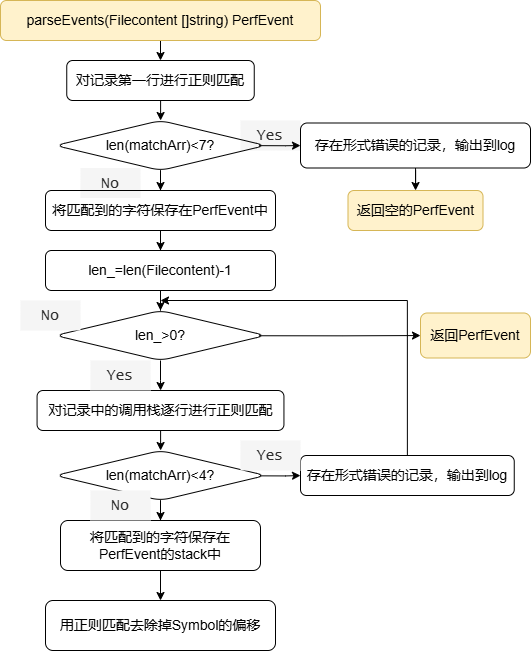
Above: parseEvent.drawio.png in Dong-J93/os_pic2024 (draw.io), before the change. Source tidied: cells renumbered, new cells last; positions are measured from the earlier drawing's top-left corner, leaving out a move shared by most shapes. Source of this version:
```xml
<mxGraphModel>
  <root>
    <mxCell id="0" />
    <mxCell id="1" parent="0" />
    <mxCell id="2" style="edgeStyle=orthogonalEdgeStyle;rounded=0;jettySize=auto;html=1;" parent="1" edge="1" source="3" target="10">
      <mxGeometry relative="1" as="geometry" />
    </mxCell>
    <mxCell id="3" value="&lt;div style=&quot;line-height: 27px; white-space: pre;&quot;&gt;&lt;font face=&quot;Helvetica&quot; style=&quot;font-size: 14px;&quot;&gt;parseEvents(Filecontent []string) PerfEvent&lt;/font&gt;&lt;/div&gt;" style="rounded=1;whiteSpace=wrap;html=1;fillColor=#fff2cc;strokeColor=#d6b656;" parent="1" vertex="1">
      <mxGeometry width="320" height="40" as="geometry" />
    </mxCell>
    <mxCell id="4" value="&lt;font face=&quot;Lucida Console&quot; color=&quot;#2e2e2e&quot;&gt;&lt;span style=&quot;font-size: 15px;&quot;&gt;Yes&lt;/span&gt;&lt;/font&gt;" style="text;html=1;align=center;verticalAlign=middle;whiteSpace=wrap;rounded=0;fontColor=#333333;fillColor=#f5f5f5;strokeColor=none;" parent="1" vertex="1">
      <mxGeometry x="240" y="120" width="60" height="30" as="geometry" />
    </mxCell>
    <mxCell id="5" value="&lt;font face=&quot;Lucida Console&quot; color=&quot;#2e2e2e&quot;&gt;&lt;span style=&quot;font-size: 15px;&quot;&gt;No&lt;/span&gt;&lt;/font&gt;" style="text;html=1;align=center;verticalAlign=middle;whiteSpace=wrap;rounded=0;fontColor=#333333;fillColor=#f5f5f5;strokeColor=none;" parent="1" vertex="1">
      <mxGeometry x="80" y="167.5" width="60" height="30" as="geometry" />
    </mxCell>
    <mxCell id="6" style="edgeStyle=orthogonalEdgeStyle;rounded=0;jettySize=auto;html=1;exitX=0.97;exitY=0.503;exitDx=0;exitDy=0;exitPerimeter=0;" parent="1" edge="1" source="8" target="12">
      <mxGeometry relative="1" as="geometry" />
    </mxCell>
    <mxCell id="7" style="edgeStyle=orthogonalEdgeStyle;rounded=0;jettySize=auto;html=1;" parent="1" edge="1" source="8" target="15">
      <mxGeometry relative="1" as="geometry" />
    </mxCell>
    <mxCell id="8" value="&lt;font style=&quot;font-size: 14px;&quot;&gt;len(matchArr)&amp;lt;7?&lt;/font&gt;" style="rhombus;whiteSpace=wrap;html=1;fillColor=none;rounded=1;" parent="1" vertex="1">
      <mxGeometry x="55" y="120" width="210" height="50" as="geometry" />
    </mxCell>
    <mxCell id="9" style="edgeStyle=orthogonalEdgeStyle;rounded=0;jettySize=auto;html=1;entryX=0.5;entryY=0;entryDx=0;entryDy=0;" parent="1" edge="1" source="10">
      <mxGeometry relative="1" as="geometry">
        <mxPoint x="160" y="120" as="targetPoint" />
      </mxGeometry>
    </mxCell>
    <mxCell id="10" value="&lt;span style=&quot;font-size: 14px;&quot;&gt;对记录第一行进行正则匹配&lt;/span&gt;" style="rounded=1;whiteSpace=wrap;html=1;fillColor=none;" parent="1" vertex="1">
      <mxGeometry x="66.2" y="60" width="187.5" height="40" as="geometry" />
    </mxCell>
    <mxCell id="11" style="edgeStyle=orthogonalEdgeStyle;rounded=0;jettySize=auto;html=1;" parent="1" edge="1" source="12" target="13">
      <mxGeometry relative="1" as="geometry" />
    </mxCell>
    <mxCell id="12" value="&lt;pre&gt;&lt;font face=&quot;Helvetica&quot; style=&quot;font-size: 14px;&quot;&gt;存在形式错误的记录，输出到log&lt;/font&gt;&lt;/pre&gt;" style="rounded=1;whiteSpace=wrap;html=1;" parent="1" vertex="1">
      <mxGeometry x="300" y="122.5" width="230" height="45" as="geometry" />
    </mxCell>
    <mxCell id="13" value="&lt;pre&gt;&lt;font face=&quot;Helvetica&quot; style=&quot;font-size: 14px;&quot;&gt;返回空的PerfEvent&lt;/font&gt;&lt;/pre&gt;" style="rounded=1;whiteSpace=wrap;html=1;fillColor=#fff2cc;strokeColor=#d6b656;" parent="1" vertex="1">
      <mxGeometry x="347.5" y="190" width="135" height="40" as="geometry" />
    </mxCell>
    <mxCell id="14" style="edgeStyle=orthogonalEdgeStyle;rounded=0;jettySize=auto;html=1;" parent="1" edge="1" source="15" target="27">
      <mxGeometry relative="1" as="geometry" />
    </mxCell>
    <mxCell id="15" value="&lt;font style=&quot;font-size: 14px;&quot;&gt;将匹配到的字符保存在PerfEvent中&lt;/font&gt;" style="whiteSpace=wrap;html=1;fillColor=none;rounded=1;" parent="1" vertex="1">
      <mxGeometry x="45" y="190" width="230" height="40" as="geometry" />
    </mxCell>
    <mxCell id="16" style="edgeStyle=orthogonalEdgeStyle;rounded=0;jettySize=auto;html=1;exitX=0.975;exitY=0.507;exitDx=0;exitDy=0;exitPerimeter=0;" parent="1" edge="1" source="18" target="20">
      <mxGeometry relative="1" as="geometry" />
    </mxCell>
    <mxCell id="17" style="edgeStyle=orthogonalEdgeStyle;rounded=0;jettySize=auto;html=1;" parent="1" edge="1" source="18" target="30">
      <mxGeometry relative="1" as="geometry" />
    </mxCell>
    <mxCell id="18" value="&lt;font style=&quot;font-size: 14px;&quot;&gt;len(matchArr)&amp;lt;4?&lt;/font&gt;" style="rhombus;whiteSpace=wrap;html=1;fillColor=none;rounded=1;" parent="1" vertex="1">
      <mxGeometry x="55" y="450" width="210" height="50" as="geometry" />
    </mxCell>
    <mxCell id="19" style="edgeStyle=orthogonalEdgeStyle;rounded=0;jettySize=auto;html=1;exitX=0.5;exitY=0;exitDx=0;exitDy=0;curved=0;" parent="1" edge="1" source="20">
      <mxGeometry relative="1" as="geometry">
        <mxPoint x="160" y="300" as="targetPoint" />
        <Array as="points">
          <mxPoint x="407" y="300" />
        </Array>
      </mxGeometry>
    </mxCell>
    <mxCell id="20" value="&lt;pre&gt;&lt;font style=&quot;font-size: 14px;&quot; face=&quot;Helvetica&quot;&gt;存在形式错误的记录，输出到log&lt;/font&gt;&lt;/pre&gt;" style="rounded=1;whiteSpace=wrap;html=1;fillColor=none;" parent="1" vertex="1">
      <mxGeometry x="300" y="455" width="213.8" height="40" as="geometry" />
    </mxCell>
    <mxCell id="21" style="edgeStyle=orthogonalEdgeStyle;rounded=0;jettySize=auto;html=1;" parent="1" edge="1" source="22" target="18">
      <mxGeometry relative="1" as="geometry" />
    </mxCell>
    <mxCell id="22" value="&lt;span style=&quot;font-size: 14px;&quot;&gt;对记录中的调用栈逐行进行正则匹配&lt;/span&gt;" style="rounded=1;whiteSpace=wrap;html=1;fillColor=none;" parent="1" vertex="1">
      <mxGeometry x="36.6" y="390" width="246.9" height="40" as="geometry" />
    </mxCell>
    <mxCell id="23" style="edgeStyle=orthogonalEdgeStyle;rounded=0;jettySize=auto;html=1;" parent="1" edge="1" source="25" target="22">
      <mxGeometry relative="1" as="geometry" />
    </mxCell>
    <mxCell id="24" style="edgeStyle=orthogonalEdgeStyle;rounded=0;jettySize=auto;html=1;exitX=0.969;exitY=0.505;exitDx=0;exitDy=0;exitPerimeter=0;" parent="1" edge="1" source="25" target="32">
      <mxGeometry relative="1" as="geometry" />
    </mxCell>
    <mxCell id="25" value="&lt;font style=&quot;font-size: 14px;&quot;&gt;len_&amp;gt;0?&lt;/font&gt;" style="rhombus;whiteSpace=wrap;html=1;fillColor=none;rounded=1;" parent="1" vertex="1">
      <mxGeometry x="55" y="310" width="210" height="50" as="geometry" />
    </mxCell>
    <mxCell id="26" style="edgeStyle=orthogonalEdgeStyle;rounded=0;jettySize=auto;html=1;" parent="1" edge="1" source="27" target="25">
      <mxGeometry relative="1" as="geometry" />
    </mxCell>
    <mxCell id="27" value="&lt;span style=&quot;font-size: 14px;&quot;&gt;len_=len(Filecontent)-1&lt;/span&gt;" style="whiteSpace=wrap;html=1;fillColor=none;rounded=1;" parent="1" vertex="1">
      <mxGeometry x="45" y="250" width="230" height="40" as="geometry" />
    </mxCell>
    <mxCell id="28" value="&lt;font face=&quot;Lucida Console&quot; color=&quot;#2e2e2e&quot;&gt;&lt;span style=&quot;font-size: 15px;&quot;&gt;Yes&lt;/span&gt;&lt;/font&gt;" style="text;html=1;align=center;verticalAlign=middle;whiteSpace=wrap;rounded=0;fontColor=#333333;fillColor=#f5f5f5;strokeColor=none;" parent="1" vertex="1">
      <mxGeometry x="90" y="360" width="60" height="30" as="geometry" />
    </mxCell>
    <mxCell id="29" style="edgeStyle=orthogonalEdgeStyle;rounded=0;jettySize=auto;html=1;" parent="1" edge="1" source="30" target="31">
      <mxGeometry relative="1" as="geometry" />
    </mxCell>
    <mxCell id="30" value="&lt;span style=&quot;font-size: 14px;&quot;&gt;将匹配到的字符保存在PerfEvent的stack中&lt;/span&gt;" style="whiteSpace=wrap;html=1;fillColor=none;rounded=1;" parent="1" vertex="1">
      <mxGeometry x="60" y="520" width="200" height="50" as="geometry" />
    </mxCell>
    <mxCell id="31" value="&lt;span style=&quot;font-size: 14px;&quot;&gt;用正则匹配去除掉Symbol的偏移&lt;/span&gt;" style="whiteSpace=wrap;html=1;fillColor=none;rounded=1;" parent="1" vertex="1">
      <mxGeometry x="45" y="600" width="230" height="50" as="geometry" />
    </mxCell>
    <mxCell id="32" value="&lt;font style=&quot;font-size: 14px;&quot;&gt;返回PerfEvent&lt;/font&gt;" style="whiteSpace=wrap;html=1;fillColor=#fff2cc;rounded=1;strokeColor=#d6b656;" parent="1" vertex="1">
      <mxGeometry x="420" y="312.5" width="110" height="45" as="geometry" />
    </mxCell>
    <mxCell id="33" value="&lt;font face=&quot;Lucida Console&quot; color=&quot;#2e2e2e&quot;&gt;&lt;span style=&quot;font-size: 15px;&quot;&gt;No&lt;/span&gt;&lt;/font&gt;" style="text;html=1;align=center;verticalAlign=middle;whiteSpace=wrap;rounded=0;fontColor=#333333;fillColor=#f5f5f5;strokeColor=none;" parent="1" vertex="1">
      <mxGeometry x="20" y="300" width="60" height="30" as="geometry" />
    </mxCell>
    <mxCell id="34" value="&lt;font face=&quot;Lucida Console&quot; color=&quot;#2e2e2e&quot;&gt;&lt;span style=&quot;font-size: 15px;&quot;&gt;No&lt;/span&gt;&lt;/font&gt;" style="text;html=1;align=center;verticalAlign=middle;whiteSpace=wrap;rounded=0;fontColor=#333333;fillColor=#f5f5f5;strokeColor=none;" parent="1" vertex="1">
      <mxGeometry x="90" y="490" width="60" height="30" as="geometry" />
    </mxCell>
    <mxCell id="35" value="&lt;font face=&quot;Lucida Console&quot; color=&quot;#2e2e2e&quot;&gt;&lt;span style=&quot;font-size: 15px;&quot;&gt;Yes&lt;/span&gt;&lt;/font&gt;" style="text;html=1;align=center;verticalAlign=middle;whiteSpace=wrap;rounded=0;fontColor=#333333;fillColor=#f5f5f5;strokeColor=none;" parent="1" vertex="1">
      <mxGeometry x="240" y="440" width="60" height="30" as="geometry" />
    </mxCell>
  </root>
</mxGraphModel>
```
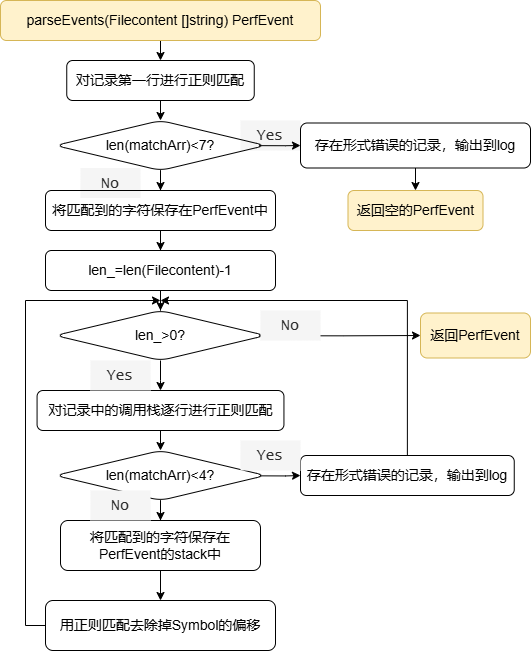
Later version of the same file.

What changed in the source:
```diff
@@ -96,6 +96,15 @@
     <mxCell id="30" value="&lt;span style=&quot;font-size: 14px;&quot;&gt;将匹配到的字符保存在PerfEvent的stack中&lt;/span&gt;" style="whiteSpace=wrap;html=1;fillColor=none;rounded=1;" parent="1" vertex="1">
       <mxGeometry x="60" y="520" width="200" height="50" as="geometry" />
     </mxCell>
+    <mxCell id="36" style="edgeStyle=orthogonalEdgeStyle;rounded=0;jettySize=auto;html=1;exitX=0;exitY=0.5;exitDx=0;exitDy=0;" parent="1" edge="1" source="31">
+      <mxGeometry relative="1" as="geometry">
+        <mxPoint x="160" y="300" as="targetPoint" />
+        <Array as="points">
+          <mxPoint x="25" y="625" />
+          <mxPoint x="25" y="300" />
+        </Array>
+      </mxGeometry>
+    </mxCell>
     <mxCell id="31" value="&lt;span style=&quot;font-size: 14px;&quot;&gt;用正则匹配去除掉Symbol的偏移&lt;/span&gt;" style="whiteSpace=wrap;html=1;fillColor=none;rounded=1;" parent="1" vertex="1">
       <mxGeometry x="45" y="600" width="230" height="50" as="geometry" />
     </mxCell>
@@ -103,7 +112,7 @@
       <mxGeometry x="420" y="312.5" width="110" height="45" as="geometry" />
     </mxCell>
     <mxCell id="33" value="&lt;font face=&quot;Lucida Console&quot; color=&quot;#2e2e2e&quot;&gt;&lt;span style=&quot;font-size: 15px;&quot;&gt;No&lt;/span&gt;&lt;/font&gt;" style="text;html=1;align=center;verticalAlign=middle;whiteSpace=wrap;rounded=0;fontColor=#333333;fillColor=#f5f5f5;strokeColor=none;" parent="1" vertex="1">
-      <mxGeometry x="20" y="300" width="60" height="30" as="geometry" />
+      <mxGeometry x="260" y="310" width="60" height="30" as="geometry" />
     </mxCell>
     <mxCell id="34" value="&lt;font face=&quot;Lucida Console&quot; color=&quot;#2e2e2e&quot;&gt;&lt;span style=&quot;font-size: 15px;&quot;&gt;No&lt;/span&gt;&lt;/font&gt;" style="text;html=1;align=center;verticalAlign=middle;whiteSpace=wrap;rounded=0;fontColor=#333333;fillColor=#f5f5f5;strokeColor=none;" parent="1" vertex="1">
       <mxGeometry x="90" y="490" width="60" height="30" as="geometry" />
```
